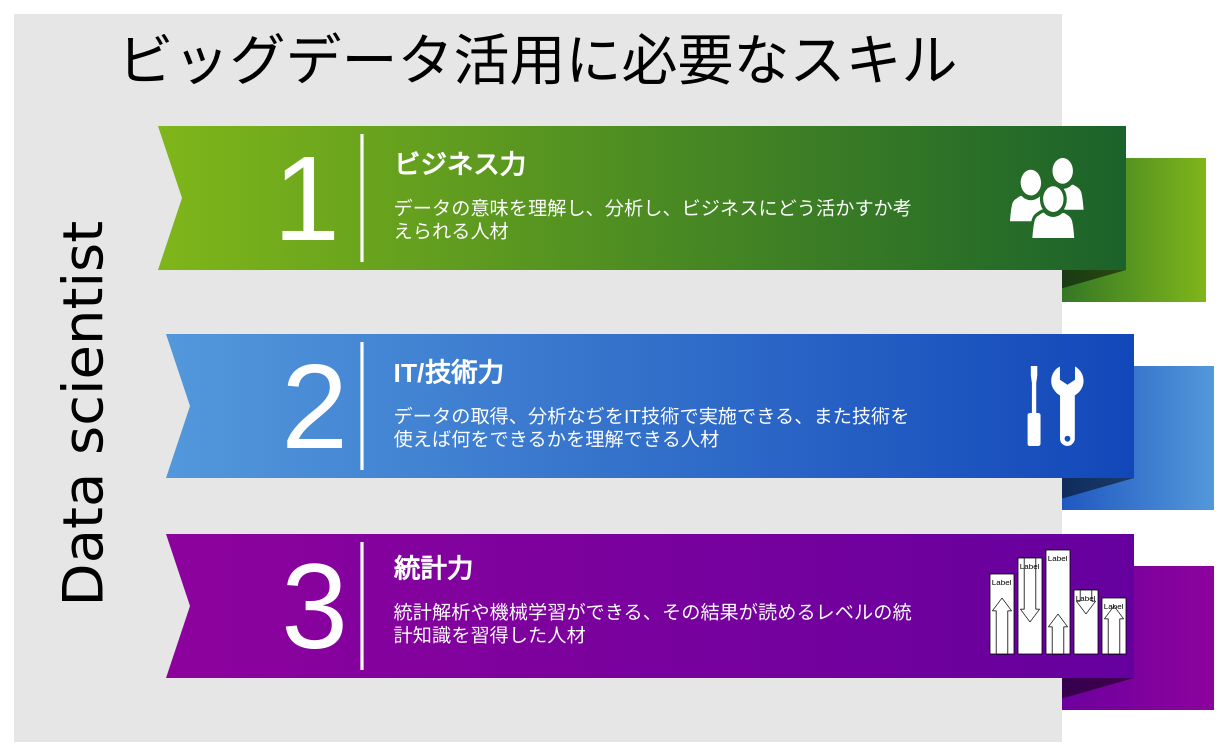
The draw.io diagram 名称未設定ファイル.drawio in motohalu/HelloGit, before the edit. Source tidied: cells renumbered, new cells numbered last; positions are measured from the earlier drawing's top-left corner, leaving out a move shared by most shapes. Both pictures are drawn from the tidied source at 80%, with x=0, y=0 at pixel (14, 14).
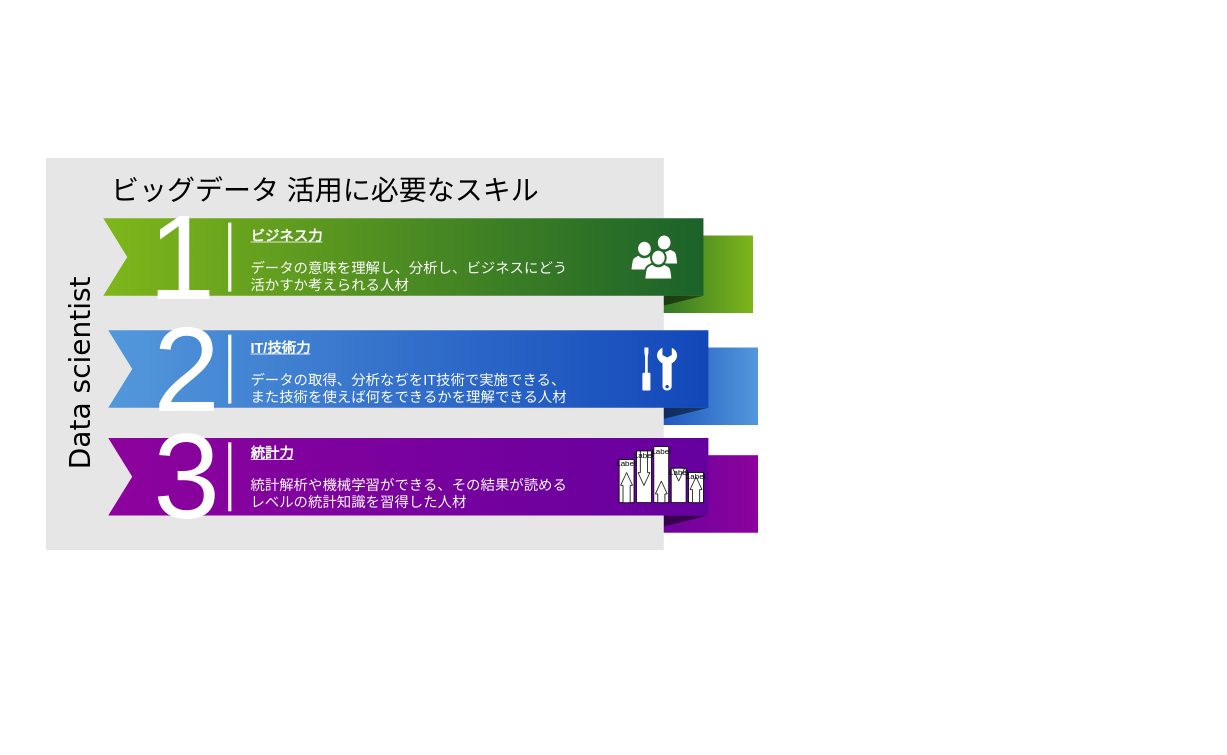
The same diagram, later.

Commit message (it also covers changes not shown here):
名称未設定ファイル.drawio を更新します

The edit, as a diff of the source:
```diff
@@
+    <mxCell id="40" style="group;" parent="1" vertex="1">
+      <mxGeometry y="180" width="930" height="490" as="geometry" />
+    </mxCell>
-    <mxCell id="2" style="whiteSpace=wrap;html=1;rounded=0;shadow=0;dashed=0;strokeWidth=1;fontFamily=Tahoma;fontSize=10;fontColor=#FFFFFF;strokeColor=none;fillColor=#7FB61A;gradientColor=#1B622A;gradientDirection=west;" parent="1" vertex="1">
-      <mxGeometry x="1250" y="180" width="240" height="180" as="geometry" />
+    <mxCell id="2" style="whiteSpace=wrap;html=1;rounded=0;shadow=0;dashed=0;strokeWidth=1;fontFamily=Tahoma;fontSize=10;fontColor=#FFFFFF;strokeColor=none;fillColor=#7FB61A;gradientColor=#1B622A;gradientDirection=west;" parent="40" vertex="1">
+      <mxGeometry x="775" y="96.9" width="148.8" height="96.9" as="geometry" />
     </mxCell>
-    <mxCell id="3" style="verticalLabelPosition=bottom;verticalAlign=top;html=1;strokeWidth=1;shape=mxgraph.basic.orthogonal_triangle;rounded=0;shadow=0;dashed=0;fontFamily=Tahoma;fontSize=10;fontColor=#FFFFFF;flipV=1;fillColor=#000000;strokeColor=none;opacity=50;" parent="1" vertex="1">
-      <mxGeometry x="1250" y="320" width="140" height="40" as="geometry" />
+    <mxCell id="3" style="verticalLabelPosition=bottom;verticalAlign=top;html=1;strokeWidth=1;shape=mxgraph.basic.orthogonal_triangle;rounded=0;shadow=0;dashed=0;fontFamily=Tahoma;fontSize=10;fontColor=#FFFFFF;flipV=1;fillColor=#000000;strokeColor=none;opacity=50;" parent="40" vertex="1">
+      <mxGeometry x="775" y="172.3" width="86.8" height="21.5" as="geometry" />
     </mxCell>
-    <mxCell id="4" style="whiteSpace=wrap;html=1;rounded=0;shadow=0;dashed=0;strokeWidth=1;fontFamily=Tahoma;fontSize=10;fontColor=#FFFFFF;strokeColor=none;fillColor=#5398DB;gradientColor=#1247B9;gradientDirection=west;" parent="1" vertex="1">
-      <mxGeometry x="1260" y="440" width="240" height="180" as="geometry" />
+    <mxCell id="4" style="whiteSpace=wrap;html=1;rounded=0;shadow=0;dashed=0;strokeWidth=1;fontFamily=Tahoma;fontSize=10;fontColor=#FFFFFF;strokeColor=none;fillColor=#5398DB;gradientColor=#1247B9;gradientDirection=west;" parent="40" vertex="1">
+      <mxGeometry x="781.2" y="236.9" width="148.8" height="96.9" as="geometry" />
     </mxCell>
-    <mxCell id="5" style="verticalLabelPosition=bottom;verticalAlign=top;html=1;strokeWidth=1;shape=mxgraph.basic.orthogonal_triangle;rounded=0;shadow=0;dashed=0;fontFamily=Tahoma;fontSize=10;fontColor=#FFFFFF;flipV=1;fillColor=#000000;strokeColor=none;opacity=50;" parent="1" vertex="1">
-      <mxGeometry x="1260" y="580" width="140" height="40" as="geometry" />
+    <mxCell id="5" style="verticalLabelPosition=bottom;verticalAlign=top;html=1;strokeWidth=1;shape=mxgraph.basic.orthogonal_triangle;rounded=0;shadow=0;dashed=0;fontFamily=Tahoma;fontSize=10;fontColor=#FFFFFF;flipV=1;fillColor=#000000;strokeColor=none;opacity=50;" parent="40" vertex="1">
+      <mxGeometry x="781.2" y="312.3" width="86.8" height="21.5" as="geometry" />
     </mxCell>
-    <mxCell id="6" style="whiteSpace=wrap;html=1;rounded=0;shadow=0;dashed=0;strokeWidth=1;fontFamily=Tahoma;fontSize=10;fontColor=#FFFFFF;strokeColor=none;fillColor=#8D029D;gradientColor=#65009E;gradientDirection=west;" parent="1" vertex="1">
-      <mxGeometry x="1260" y="690" width="240" height="180" as="geometry" />
+    <mxCell id="6" style="whiteSpace=wrap;html=1;rounded=0;shadow=0;dashed=0;strokeWidth=1;fontFamily=Tahoma;fontSize=10;fontColor=#FFFFFF;strokeColor=none;fillColor=#8D029D;gradientColor=#65009E;gradientDirection=west;" parent="40" vertex="1">
+      <mxGeometry x="781.2" y="371.5" width="148.8" height="96.9" as="geometry" />
     </mxCell>
-    <mxCell id="7" style="verticalLabelPosition=bottom;verticalAlign=top;html=1;strokeWidth=1;shape=mxgraph.basic.orthogonal_triangle;rounded=0;shadow=0;dashed=0;fontFamily=Tahoma;fontSize=10;fontColor=#FFFFFF;flipV=1;fillColor=#000000;strokeColor=none;opacity=50;" parent="1" vertex="1">
-      <mxGeometry x="1260" y="830" width="140" height="40" as="geometry" />
+    <mxCell id="7" style="verticalLabelPosition=bottom;verticalAlign=top;html=1;strokeWidth=1;shape=mxgraph.basic.orthogonal_triangle;rounded=0;shadow=0;dashed=0;fontFamily=Tahoma;fontSize=10;fontColor=#FFFFFF;flipV=1;fillColor=#000000;strokeColor=none;opacity=50;" parent="40" vertex="1">
+      <mxGeometry x="781.2" y="446.9" width="86.8" height="21.5" as="geometry" />
     </mxCell>
-    <mxCell id="8" value="ビッグデータ活用に必要なスキル" style="whiteSpace=wrap;html=1;rounded=0;shadow=0;dashed=0;strokeWidth=1;fillColor=#E6E6E6;fontFamily=Verdana;fontSize=70;strokeColor=none;verticalAlign=top;spacingTop=10;" parent="1" vertex="1">
-      <mxGeometry width="1310" height="910" as="geometry" />
+    <mxCell id="8" style="whiteSpace=wrap;html=1;rounded=0;shadow=0;dashed=0;strokeWidth=1;fillColor=#E6E6E6;fontFamily=Verdana;fontSize=70;strokeColor=none;verticalAlign=top;spacingTop=10;" parent="40" vertex="1">
+      <mxGeometry x="40" width="772.2" height="490" as="geometry" />
     </mxCell>
-    <mxCell id="9" style="html=1;shadow=0;dashed=0;align=center;verticalAlign=middle;shape=mxgraph.arrows2.arrow;dy=0;dx=0;notch=30;rounded=0;strokeColor=none;strokeWidth=1;fillColor=#7FB61A;fontFamily=Tahoma;fontSize=10;fontColor=#FFFFFF;gradientColor=#1B622A;gradientDirection=east;" parent="1" vertex="1">
-      <mxGeometry x="180" y="140" width="1210" height="180" as="geometry" />
+    <mxCell id="9" style="html=1;shadow=0;dashed=0;align=center;verticalAlign=middle;shape=mxgraph.arrows2.arrow;dy=0;dx=0;notch=30;rounded=0;strokeColor=none;strokeWidth=1;fillColor=#7FB61A;fontFamily=Tahoma;fontSize=10;fontColor=#FFFFFF;gradientColor=#1B622A;gradientDirection=east;" parent="40" vertex="1">
+      <mxGeometry x="111.6" y="75.4" width="750.2" height="96.9" as="geometry" />
     </mxCell>
-    <mxCell id="10" style="html=1;shadow=0;dashed=0;align=center;verticalAlign=middle;shape=mxgraph.arrows2.arrow;dy=0;dx=0;notch=30;rounded=0;strokeColor=none;strokeWidth=1;fillColor=#5398DB;fontFamily=Tahoma;fontSize=10;fontColor=#FFFFFF;gradientColor=#1247B9;gradientDirection=east;" parent="1" vertex="1">
-      <mxGeometry x="190" y="400" width="1210" height="180" as="geometry" />
+    <mxCell id="10" style="html=1;shadow=0;dashed=0;align=center;verticalAlign=middle;shape=mxgraph.arrows2.arrow;dy=0;dx=0;notch=30;rounded=0;strokeColor=none;strokeWidth=1;fillColor=#5398DB;fontFamily=Tahoma;fontSize=10;fontColor=#FFFFFF;gradientColor=#1247B9;gradientDirection=east;" parent="40" vertex="1">
+      <mxGeometry x="117.8" y="215.4" width="750.2" height="96.9" as="geometry" />
     </mxCell>
-    <mxCell id="11" style="html=1;shadow=0;dashed=0;align=center;verticalAlign=middle;shape=mxgraph.arrows2.arrow;dy=0;dx=0;notch=30;rounded=0;strokeColor=none;strokeWidth=1;fillColor=#8D029D;fontFamily=Tahoma;fontSize=10;fontColor=#FFFFFF;gradientColor=#65009E;gradientDirection=east;" parent="1" vertex="1">
-      <mxGeometry x="190" y="650" width="1210" height="180" as="geometry" />
+    <mxCell id="11" style="html=1;shadow=0;dashed=0;align=center;verticalAlign=middle;shape=mxgraph.arrows2.arrow;dy=0;dx=0;notch=30;rounded=0;strokeColor=none;strokeWidth=1;fillColor=#8D029D;fontFamily=Tahoma;fontSize=10;fontColor=#FFFFFF;gradientColor=#65009E;gradientDirection=east;" parent="40" vertex="1">
+      <mxGeometry x="117.8" y="350" width="750.2" height="96.9" as="geometry" />
     </mxCell>
-    <mxCell id="12" value="Data scientist" style="text;html=1;strokeColor=none;fillColor=none;align=center;verticalAlign=middle;whiteSpace=wrap;rounded=0;shadow=0;dashed=0;fontFamily=Verdana;fontSize=70;horizontal=0;" parent="1" vertex="1">
-      <mxGeometry x="20" y="170" width="130" height="660" as="geometry" />
+    <mxCell id="12" value="&lt;font style=&quot;font-size: 35px&quot;&gt;Data scientist&lt;/font&gt;" style="text;html=1;strokeColor=none;fillColor=none;align=center;verticalAlign=middle;whiteSpace=wrap;rounded=0;shadow=0;dashed=0;fontFamily=Verdana;fontSize=70;horizontal=0;" parent="40" vertex="1">
+      <mxGeometry x="31" y="91.5" width="80.6" height="355.4" as="geometry" />
     </mxCell>
-    <mxCell id="13" value="1" style="text;html=1;strokeColor=none;fillColor=none;align=right;verticalAlign=middle;whiteSpace=wrap;rounded=0;shadow=0;dashed=0;fontFamily=Helvetica;fontSize=150;fontColor=#FFFFFF;" parent="1" vertex="1">
-      <mxGeometry x="210" y="140" width="200" height="180" as="geometry" />
+    <mxCell id="13" value="1" style="text;html=1;strokeColor=none;fillColor=none;align=right;verticalAlign=middle;whiteSpace=wrap;rounded=0;shadow=0;dashed=0;fontFamily=Helvetica;fontSize=150;fontColor=#FFFFFF;" parent="40" vertex="1">
+      <mxGeometry x="130.2" y="75.4" width="124" height="96.9" as="geometry" />
     </mxCell>
-    <mxCell id="14" value="2" style="text;html=1;strokeColor=none;fillColor=none;align=right;verticalAlign=middle;whiteSpace=wrap;rounded=0;shadow=0;dashed=0;fontFamily=Helvetica;fontSize=150;fontColor=#FFFFFF;" parent="1" vertex="1">
-      <mxGeometry x="220" y="400" width="200" height="180" as="geometry" />
+    <mxCell id="14" value="2" style="text;html=1;strokeColor=none;fillColor=none;align=right;verticalAlign=middle;whiteSpace=wrap;rounded=0;shadow=0;dashed=0;fontFamily=Helvetica;fontSize=150;fontColor=#FFFFFF;" parent="40" vertex="1">
+      <mxGeometry x="136.4" y="215.4" width="124" height="96.9" as="geometry" />
     </mxCell>
-    <mxCell id="15" value="3" style="text;html=1;strokeColor=none;fillColor=none;align=right;verticalAlign=middle;whiteSpace=wrap;rounded=0;shadow=0;dashed=0;fontFamily=Helvetica;fontSize=150;fontColor=#FFFFFF;" parent="1" vertex="1">
-      <mxGeometry x="220" y="650" width="200" height="180" as="geometry" />
+    <mxCell id="15" value="3" style="text;html=1;strokeColor=none;fillColor=none;align=right;verticalAlign=middle;whiteSpace=wrap;rounded=0;shadow=0;dashed=0;fontFamily=Helvetica;fontSize=150;fontColor=#FFFFFF;" parent="40" vertex="1">
+      <mxGeometry x="136.4" y="350" width="124" height="96.9" as="geometry" />
     </mxCell>
-    <mxCell id="16" style="line;strokeWidth=4;direction=south;html=1;rounded=0;shadow=0;dashed=0;fillColor=none;gradientColor=#AD0002;fontFamily=Helvetica;fontSize=150;fontColor=#FFFFFF;align=right;strokeColor=#FFFFFF;" parent="1" vertex="1">
-      <mxGeometry x="430" y="150" width="10" height="160" as="geometry" />
+    <mxCell id="16" style="line;strokeWidth=4;direction=south;html=1;rounded=0;shadow=0;dashed=0;fillColor=none;gradientColor=#AD0002;fontFamily=Helvetica;fontSize=150;fontColor=#FFFFFF;align=right;strokeColor=#FFFFFF;" parent="40" vertex="1">
+      <mxGeometry x="266.6" y="80.8" width="6.2" height="86.2" as="geometry" />
     </mxCell>
-    <mxCell id="17" style="line;strokeWidth=4;direction=south;html=1;rounded=0;shadow=0;dashed=0;fillColor=none;gradientColor=#AD0002;fontFamily=Helvetica;fontSize=150;fontColor=#FFFFFF;align=right;strokeColor=#FFFFFF;" parent="1" vertex="1">
-      <mxGeometry x="430" y="410" width="10" height="160" as="geometry" />
+    <mxCell id="17" style="line;strokeWidth=4;direction=south;html=1;rounded=0;shadow=0;dashed=0;fillColor=none;gradientColor=#AD0002;fontFamily=Helvetica;fontSize=150;fontColor=#FFFFFF;align=right;strokeColor=#FFFFFF;" parent="40" vertex="1">
+      <mxGeometry x="266.6" y="220.8" width="6.2" height="86.2" as="geometry" />
     </mxCell>
-    <mxCell id="18" style="line;strokeWidth=4;direction=south;html=1;rounded=0;shadow=0;dashed=0;fillColor=none;gradientColor=#AD0002;fontFamily=Helvetica;fontSize=150;fontColor=#FFFFFF;align=right;strokeColor=#FFFFFF;" parent="1" vertex="1">
-      <mxGeometry x="430" y="660" width="10" height="160" as="geometry" />
+    <mxCell id="18" style="line;strokeWidth=4;direction=south;html=1;rounded=0;shadow=0;dashed=0;fillColor=none;gradientColor=#AD0002;fontFamily=Helvetica;fontSize=150;fontColor=#FFFFFF;align=right;strokeColor=#FFFFFF;" parent="40" vertex="1">
+      <mxGeometry x="266.6" y="355.4" width="6.2" height="86.2" as="geometry" />
     </mxCell>
-    <mxCell id="19" value="&lt;h1&gt;&lt;font style=&quot;font-size: 33px&quot;&gt;ビジネス力&lt;/font&gt;&lt;/h1&gt;&lt;p&gt;&lt;font size=&quot;5&quot;&gt;データの意味を理解し、分析し、ビジネスにどう活かすか考えられる人材&lt;/font&gt;&lt;/p&gt;" style="text;html=1;strokeColor=none;fillColor=none;spacing=5;spacingTop=-20;whiteSpace=wrap;overflow=hidden;rounded=0;shadow=0;dashed=0;fontFamily=Helvetica;fontSize=15;fontColor=#FFFFFF;align=left;" parent="1" vertex="1">
-      <mxGeometry x="470" y="160" width="670" height="140" as="geometry" />
+    <mxCell id="19" value="&lt;h1 style=&quot;font-size: 18px&quot;&gt;&lt;font style=&quot;font-size: 18px&quot;&gt;&lt;u&gt;ビジネス力&lt;/u&gt;&lt;/font&gt;&lt;/h1&gt;&lt;p style=&quot;font-size: 18px&quot;&gt;&lt;font style=&quot;font-size: 18px&quot;&gt;データの意味を理解し、分析し、ビジネスにどう活かすか考えられる人材&lt;/font&gt;&lt;/p&gt;" style="text;html=1;strokeColor=none;fillColor=none;spacing=5;spacingTop=-20;whiteSpace=wrap;overflow=hidden;rounded=0;shadow=0;dashed=0;fontFamily=Helvetica;fontSize=18;fontColor=#FFFFFF;align=left;" parent="40" vertex="1">
+      <mxGeometry x="291.4" y="86.2" width="415.4" height="83.8" as="geometry" />
     </mxCell>
-    <mxCell id="20" style="shadow=0;dashed=0;html=1;strokeColor=none;fillColor=#FFFFFF;labelPosition=center;verticalLabelPosition=bottom;verticalAlign=top;shape=mxgraph.office.users.users;rounded=0;fontFamily=Helvetica;fontSize=12;fontColor=#FFFFFF;align=left;" parent="1" vertex="1">
-      <mxGeometry x="1245" y="180" width="92" height="100" as="geometry" />
+    <mxCell id="20" style="shadow=0;dashed=0;html=1;strokeColor=none;fillColor=#FFFFFF;labelPosition=center;verticalLabelPosition=bottom;verticalAlign=top;shape=mxgraph.office.users.users;rounded=0;fontFamily=Helvetica;fontSize=12;fontColor=#FFFFFF;align=left;" parent="40" vertex="1">
+      <mxGeometry x="771.9" y="96.9" width="57" height="53.8" as="geometry" />
     </mxCell>
-    <mxCell id="21" style="shadow=0;dashed=0;html=1;strokeColor=none;fillColor=#FFFFFF;labelPosition=center;verticalLabelPosition=bottom;verticalAlign=top;shape=mxgraph.office.concepts.maintenance;rounded=0;fontFamily=Helvetica;fontSize=12;fontColor=#FFFFFF;align=left;" parent="1" vertex="1">
-      <mxGeometry x="1267" y="440" width="70" height="100" as="geometry" />
+    <mxCell id="21" style="shadow=0;dashed=0;html=1;strokeColor=none;fillColor=#FFFFFF;labelPosition=center;verticalLabelPosition=bottom;verticalAlign=top;shape=mxgraph.office.concepts.maintenance;rounded=0;fontFamily=Helvetica;fontSize=12;fontColor=#FFFFFF;align=left;" parent="40" vertex="1">
+      <mxGeometry x="785.5" y="236.9" width="43.4" height="53.8" as="geometry" />
     </mxCell>
-    <mxCell id="22" style="group;" parent="1" vertex="1">
-      <mxGeometry x="1220" y="670" width="170" height="130" as="geometry" />
+    <mxCell id="22" style="group;" parent="40" vertex="1">
+      <mxGeometry x="756.4" y="360.8" width="105.4" height="70" as="geometry" />
     </mxCell>
     <mxCell id="23" parent="22" vertex="1">
-      <mxGeometry y="30" width="30" height="100" as="geometry" />
+      <mxGeometry y="16.2" width="18.6" height="53.8" as="geometry" />
     </mxCell>
     <mxCell id="24" style="shape=mxgraph.arrows2.arrow;dy=0.4;dx=16;notch=0;direction=north;" parent="23" vertex="1">
-      <mxGeometry x="3" y="30" width="24" height="70" as="geometry" />
+      <mxGeometry x="1.9" y="16.2" width="14.9" height="37.7" as="geometry" />
     </mxCell>
     <mxCell id="25" value="Label" style="text;html=1;align=center;verticalAlign=middle;whiteSpace=wrap;fontSize=10;" parent="23" vertex="1">
-      <mxGeometry width="30" height="20" as="geometry" />
+      <mxGeometry width="18.6" height="10.8" as="geometry" />
     </mxCell>
     <mxCell id="26" parent="22" vertex="1">
-      <mxGeometry x="35" y="10" width="30" height="120" as="geometry" />
+      <mxGeometry x="21.7" y="5.4" width="18.6" height="64.6" as="geometry" />
     </mxCell>
     <mxCell id="27" style="shape=mxgraph.arrows2.arrow;dy=0.4;dx=16;notch=0;direction=south;" parent="26" vertex="1">
-      <mxGeometry x="3" width="24" height="80" as="geometry" />
+      <mxGeometry x="1.9" width="14.9" height="43.1" as="geometry" />
     </mxCell>
     <mxCell id="28" value="Label" style="text;html=1;align=center;verticalAlign=middle;whiteSpace=wrap;fontSize=10;" parent="26" vertex="1">
-      <mxGeometry width="30" height="20" as="geometry" />
+      <mxGeometry width="18.6" height="10.8" as="geometry" />
     </mxCell>
     <mxCell id="29" parent="22" vertex="1">
-      <mxGeometry x="70" width="30" height="130" as="geometry" />
+      <mxGeometry x="43.4" width="18.6" height="70" as="geometry" />
     </mxCell>
     <mxCell id="30" style="shape=mxgraph.arrows2.arrow;dy=0.4;dx=16;notch=0;direction=north;" parent="29" vertex="1">
-      <mxGeometry x="3" y="80" width="24" height="50" as="geometry" />
+      <mxGeometry x="1.9" y="43.1" width="14.9" height="26.9" as="geometry" />
     </mxCell>
     <mxCell id="31" value="Label" style="text;html=1;align=center;verticalAlign=middle;whiteSpace=wrap;fontSize=10;" parent="29" vertex="1">
-      <mxGeometry width="30" height="20" as="geometry" />
+      <mxGeometry width="18.6" height="10.8" as="geometry" />
     </mxCell>
     <mxCell id="32" parent="22" vertex="1">
-      <mxGeometry x="105" y="50" width="30" height="80" as="geometry" />
+      <mxGeometry x="65.1" y="26.9" width="18.6" height="43.1" as="geometry" />
     </mxCell>
     <mxCell id="33" style="shape=mxgraph.arrows2.arrow;dy=0.4;dx=16;notch=0;direction=south;" parent="32" vertex="1">
-      <mxGeometry x="3" width="24" height="30" as="geometry" />
+      <mxGeometry x="1.9" width="14.9" height="16.2" as="geometry" />
     </mxCell>
     <mxCell id="34" value="Label" style="text;html=1;align=center;verticalAlign=middle;whiteSpace=wrap;fontSize=10;" parent="32" vertex="1">
-      <mxGeometry width="30" height="20" as="geometry" />
+      <mxGeometry width="18.6" height="10.8" as="geometry" />
     </mxCell>
     <mxCell id="35" parent="22" vertex="1">
-      <mxGeometry x="140" y="60" width="30" height="70" as="geometry" />
+      <mxGeometry x="86.8" y="32.3" width="18.6" height="37.7" as="geometry" />
     </mxCell>
     <mxCell id="36" style="shape=mxgraph.arrows2.arrow;dy=0.4;dx=16;notch=0;direction=north;" parent="35" vertex="1">
-      <mxGeometry x="3" y="10" width="24" height="60" as="geometry" />
+      <mxGeometry x="1.9" y="5.4" width="14.9" height="32.3" as="geometry" />
     </mxCell>
     <mxCell id="37" value="Label" style="text;html=1;align=center;verticalAlign=middle;whiteSpace=wrap;fontSize=10;" parent="35" vertex="1">
-      <mxGeometry width="30" height="20" as="geometry" />
+      <mxGeometry width="18.6" height="10.8" as="geometry" />
     </mxCell>
-    <mxCell id="38" value="&lt;h1&gt;&lt;span style=&quot;font-size: 33px&quot;&gt;IT/技術力&lt;/span&gt;&lt;/h1&gt;&lt;p&gt;&lt;font size=&quot;5&quot;&gt;データの取得、分析なぢをIT技術で実施できる、また技術を使えば何をできるかを理解できる人材&lt;/font&gt;&lt;/p&gt;" style="text;html=1;strokeColor=none;fillColor=none;spacing=5;spacingTop=-20;whiteSpace=wrap;overflow=hidden;rounded=0;shadow=0;dashed=0;fontFamily=Helvetica;fontSize=15;fontColor=#FFFFFF;align=left;" parent="1" vertex="1">
-      <mxGeometry x="470" y="420" width="670" height="140" as="geometry" />
+    <mxCell id="38" value="&lt;h1 style=&quot;font-size: 18px&quot;&gt;&lt;font style=&quot;font-size: 18px&quot;&gt;&lt;u&gt;IT/技術力&lt;/u&gt;&lt;/font&gt;&lt;/h1&gt;&lt;p style=&quot;font-size: 18px&quot;&gt;&lt;font style=&quot;font-size: 18px&quot;&gt;データの取得、分析なぢをIT技術で実施できる、また技術を使えば何をできるかを理解できる人材&lt;/font&gt;&lt;/p&gt;" style="text;html=1;strokeColor=none;fillColor=none;spacing=5;spacingTop=-20;whiteSpace=wrap;overflow=hidden;rounded=0;shadow=0;dashed=0;fontFamily=Helvetica;fontSize=18;fontColor=#FFFFFF;align=left;" parent="40" vertex="1">
+      <mxGeometry x="291.4" y="226.2" width="415.4" height="83.8" as="geometry" />
     </mxCell>
-    <mxCell id="39" value="&lt;h1&gt;&lt;span style=&quot;font-size: 33px&quot;&gt;統計力&lt;/span&gt;&lt;/h1&gt;&lt;p&gt;&lt;font size=&quot;5&quot;&gt;統計解析や機械学習ができる、その結果が読めるレベルの統計知識を習得した人材&lt;/font&gt;&lt;/p&gt;" style="text;html=1;strokeColor=none;fillColor=none;spacing=5;spacingTop=-20;whiteSpace=wrap;overflow=hidden;rounded=0;shadow=0;dashed=0;fontFamily=Helvetica;fontSize=15;fontColor=#FFFFFF;align=left;" parent="1" vertex="1">
-      <mxGeometry x="470" y="665" width="670" height="140" as="geometry" />
+    <mxCell id="39" value="&lt;h1 style=&quot;font-size: 18px&quot;&gt;&lt;font style=&quot;font-size: 18px&quot;&gt;&lt;u&gt;統計力&lt;/u&gt;&lt;/font&gt;&lt;/h1&gt;&lt;p style=&quot;font-size: 18px&quot;&gt;&lt;font style=&quot;font-size: 18px&quot;&gt;統計解析や機械学習ができる、その結果が読めるレベルの統計知識を習得した人材&lt;/font&gt;&lt;/p&gt;" style="text;html=1;strokeColor=none;fillColor=none;spacing=5;spacingTop=-20;whiteSpace=wrap;overflow=hidden;rounded=0;shadow=0;dashed=0;fontFamily=Helvetica;fontSize=18;fontColor=#FFFFFF;align=left;" parent="40" vertex="1">
+      <mxGeometry x="291.4" y="358.1" width="415.4" height="81.9" as="geometry" />
     </mxCell>
+    <mxCell id="41" value="ビッグデータ 活用に必要なスキル" style="text;html=1;strokeColor=none;fillColor=none;align=center;verticalAlign=middle;whiteSpace=wrap;rounded=0;fontSize=35;" parent="40" vertex="1">
+      <mxGeometry x="111.6" y="30" width="553.6" height="20" as="geometry" />
+    </mxCell>
```
